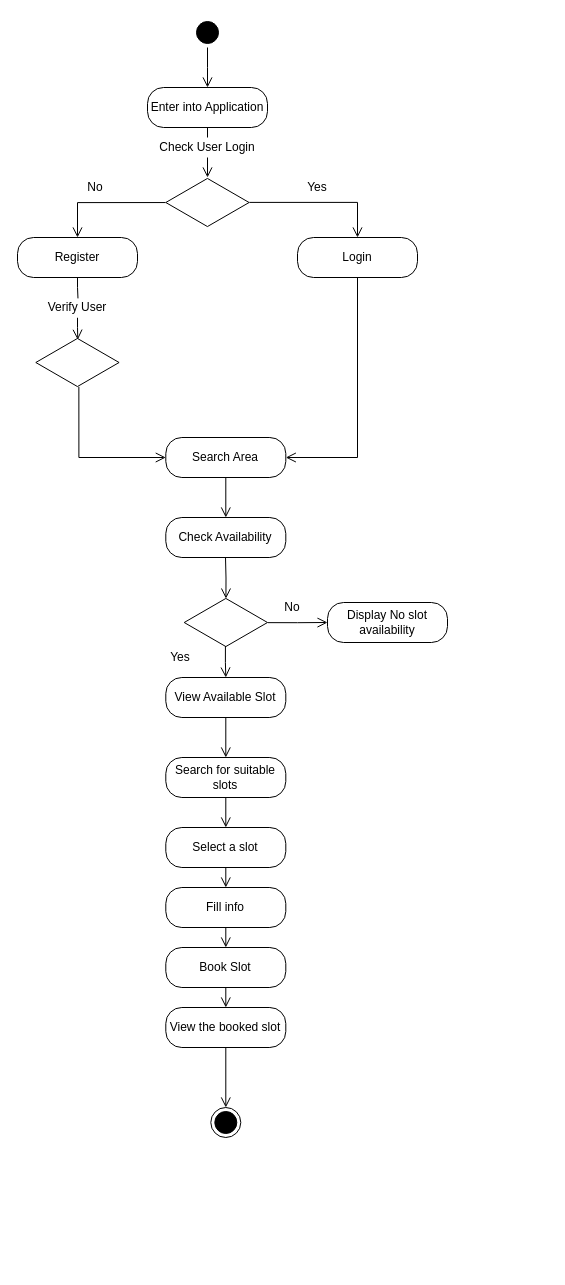
This is User_Activity_Diagram.drawio from dhavanikgithub/Capstone-Project1, a draw.io file, before an edit. Source tidied: cells renumbered, new cells numbered last; positions are measured from the earlier drawing's top-left corner, leaving out a move shared by most shapes. Both pictures are drawn from the tidied source at 100%, with x=0, y=0 at pixel (17, 17).
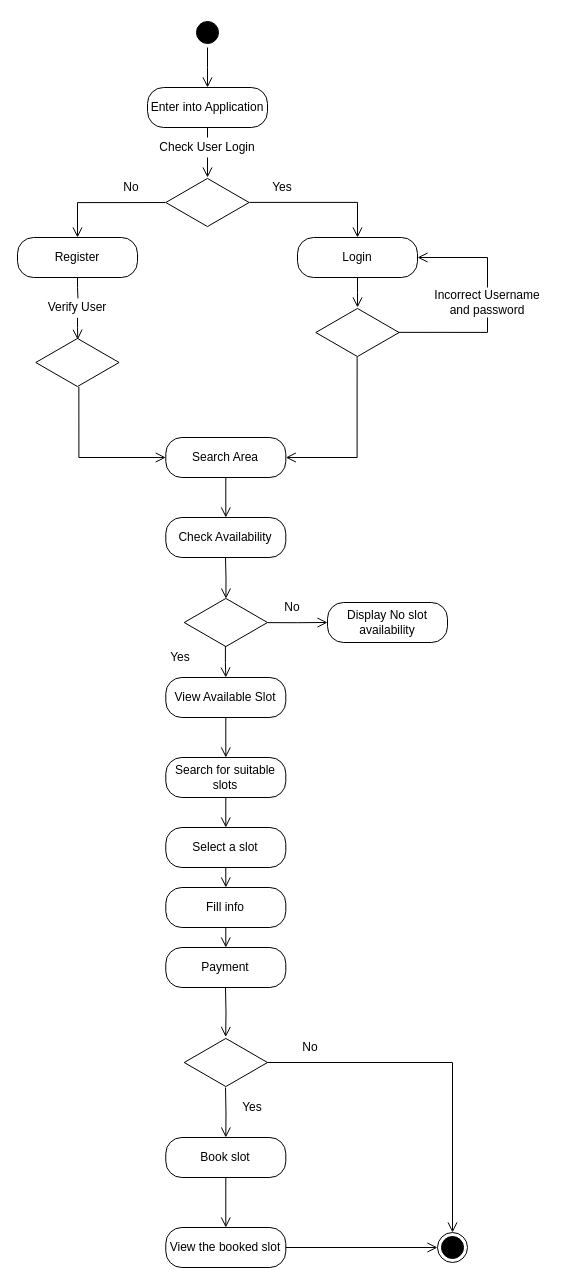
The same diagram, later.

The change refers to these unchanged cells:
```xml
<mxCell id="9" value="Login" style="rounded=1;whiteSpace=wrap;html=1;arcSize=40;" parent="1" vertex="1">
  <mxGeometry x="280" y="220" width="120" height="40" as="geometry" />
</mxCell>
<mxCell id="18" value="Search Area" style="rounded=1;whiteSpace=wrap;html=1;arcSize=40;" parent="1" vertex="1">
  <mxGeometry x="148.3" y="420" width="120" height="40" as="geometry" />
</mxCell>
```

Diff of the diagram source:
```diff
@@
+    <mxCell id="43" style="edgeStyle=orthogonalEdgeStyle;html=1;verticalAlign=bottom;endArrow=open;endSize=8;strokeColor=#000000;rounded=0;entryX=1;entryY=0.5;entryDx=0;entryDy=0;exitX=0.998;exitY=0.497;exitDx=0;exitDy=0;exitPerimeter=0;" parent="1" edge="1" source="45" target="9">
+      <mxGeometry relative="1" as="geometry">
+        <Array as="points">
+          <mxPoint x="470" y="315" />
+          <mxPoint x="470" y="240" />
+        </Array>
+      </mxGeometry>
+    </mxCell>
@@
     <mxCell id="16" value="Yes" style="rounded=0;whiteSpace=wrap;html=1;fontColor=#000000;fillColor=#FFFFFF;strokeColor=none;" parent="1" vertex="1">
-      <mxGeometry x="240" y="160" width="120" height="20" as="geometry" />
+      <mxGeometry x="240" y="160" width="50" height="20" as="geometry" />
     </mxCell>
     <mxCell id="17" value="No" style="rounded=0;whiteSpace=wrap;html=1;fontColor=#000000;fillColor=#FFFFFF;strokeColor=none;" parent="1" vertex="1">
-      <mxGeometry x="18.3" y="160" width="120" height="20" as="geometry" />
+      <mxGeometry x="90" y="160" width="48.3" height="20" as="geometry" />
     </mxCell>
@@
-    <mxCell id="20" style="edgeStyle=orthogonalEdgeStyle;html=1;verticalAlign=bottom;endArrow=open;endSize=8;strokeColor=#000000;rounded=0;entryX=1;entryY=0.5;entryDx=0;entryDy=0;exitX=0.5;exitY=1;exitDx=0;exitDy=0;" parent="1" edge="1" source="9" target="18">
+    <mxCell id="20" style="edgeStyle=orthogonalEdgeStyle;html=1;verticalAlign=bottom;endArrow=open;endSize=8;strokeColor=#000000;rounded=0;entryX=1;entryY=0.5;entryDx=0;entryDy=0;exitX=0.496;exitY=0.99;exitDx=0;exitDy=0;exitPerimeter=0;" parent="1" edge="1" source="45" target="18">
       <mxGeometry relative="1" as="geometry" />
     </mxCell>
@@
-    <mxCell id="35" value="Book Slot" style="rounded=1;whiteSpace=wrap;html=1;arcSize=40;" parent="1" vertex="1">
+    <mxCell id="35" value="Payment" style="rounded=1;whiteSpace=wrap;html=1;arcSize=40;" parent="1" vertex="1">
       <mxGeometry x="148.3" y="930" width="120" height="40" as="geometry" />
     </mxCell>
-    <mxCell id="36" value="View the booked slot" style="rounded=1;whiteSpace=wrap;html=1;arcSize=40;" parent="1" vertex="1">
-      <mxGeometry x="148.3" y="990" width="120" height="40" as="geometry" />
+    <mxCell id="36" value="Book slot" style="rounded=1;whiteSpace=wrap;html=1;arcSize=40;" parent="1" vertex="1">
+      <mxGeometry x="148.3" y="1120" width="120" height="40" as="geometry" />
     </mxCell>
@@
-    <mxCell id="40" style="edgeStyle=orthogonalEdgeStyle;html=1;verticalAlign=bottom;endArrow=open;endSize=8;strokeColor=#000000;rounded=0;entryX=0.5;entryY=0;entryDx=0;entryDy=0;exitX=0.5;exitY=1;exitDx=0;exitDy=0;" parent="1" edge="1" source="35" target="36">
-      <mxGeometry relative="1" as="geometry" />
-    </mxCell>
-    <mxCell id="41" style="ellipse;html=1;shape=endState;fillColor=#000000;" parent="1" vertex="1">
-      <mxGeometry x="193.3" y="1090" width="30" height="30" as="geometry" />
-    </mxCell>
-    <mxCell id="42" style="edgeStyle=orthogonalEdgeStyle;html=1;verticalAlign=bottom;endArrow=open;endSize=8;strokeColor=#000000;rounded=0;entryX=0.5;entryY=0;entryDx=0;entryDy=0;exitX=0.5;exitY=1;exitDx=0;exitDy=0;" parent="1" edge="1" source="36" target="41">
+    <mxCell id="42" style="edgeStyle=orthogonalEdgeStyle;html=1;verticalAlign=bottom;endArrow=open;endSize=8;strokeColor=#000000;rounded=0;exitX=0.5;exitY=1;exitDx=0;exitDy=0;entryX=0.5;entryY=0;entryDx=0;entryDy=0;" parent="1" edge="1" source="36" target="47">
       <mxGeometry relative="1" as="geometry" />
     </mxCell>
+    <mxCell id="44" value="Incorrect Username and password" style="whiteSpace=wrap;html=1;strokeColor=none;fillColor=#FFFFFF;" parent="1" vertex="1">
+      <mxGeometry x="410" y="270" width="120" height="30" as="geometry" />
+    </mxCell>
+    <mxCell id="45" style="html=1;whiteSpace=wrap;shape=isoRectangle;" parent="1" vertex="1">
+      <mxGeometry x="298.3" y="290" width="83.3" height="50" as="geometry" />
+    </mxCell>
+    <mxCell id="46" style="edgeStyle=orthogonalEdgeStyle;html=1;verticalAlign=bottom;endArrow=open;endSize=8;strokeColor=#000000;rounded=0;exitX=0.5;exitY=1;exitDx=0;exitDy=0;" parent="1" edge="1" source="9">
+      <mxGeometry relative="1" as="geometry">
+        <mxPoint x="340" y="290" as="targetPoint" />
+      </mxGeometry>
+    </mxCell>
+    <mxCell id="47" value="View the booked slot" style="rounded=1;whiteSpace=wrap;html=1;arcSize=40;" parent="1" vertex="1">
+      <mxGeometry x="148.3" y="1210" width="120" height="40" as="geometry" />
+    </mxCell>
+    <mxCell id="48" style="html=1;whiteSpace=wrap;shape=isoRectangle;" parent="1" vertex="1">
+      <mxGeometry x="166.7" y="1020" width="83.3" height="50" as="geometry" />
+    </mxCell>
+    <mxCell id="49" style="edgeStyle=orthogonalEdgeStyle;html=1;verticalAlign=bottom;endArrow=open;endSize=8;strokeColor=#000000;rounded=0;entryX=0.498;entryY=-0.01;entryDx=0;entryDy=0;entryPerimeter=0;" parent="1" edge="1" target="48">
+      <mxGeometry relative="1" as="geometry">
+        <mxPoint x="208" y="970" as="sourcePoint" />
+      </mxGeometry>
+    </mxCell>
+    <mxCell id="50" style="edgeStyle=orthogonalEdgeStyle;html=1;verticalAlign=bottom;endArrow=open;endSize=8;strokeColor=#000000;rounded=0;entryX=0.5;entryY=0;entryDx=0;entryDy=0;" parent="1" edge="1" target="36">
+      <mxGeometry relative="1" as="geometry">
+        <mxPoint x="208" y="1070" as="sourcePoint" />
+      </mxGeometry>
+    </mxCell>
+    <mxCell id="51" value="Yes" style="rounded=0;whiteSpace=wrap;html=1;fontColor=#000000;fillColor=#FFFFFF;strokeColor=none;" parent="1" vertex="1">
+      <mxGeometry x="210" y="1080" width="50" height="20" as="geometry" />
+    </mxCell>
+    <mxCell id="52" value="No" style="rounded=0;whiteSpace=wrap;html=1;fontColor=#000000;fillColor=#FFFFFF;strokeColor=none;" parent="1" vertex="1">
+      <mxGeometry x="268.3" y="1020" width="50" height="20" as="geometry" />
+    </mxCell>
+    <mxCell id="53" style="ellipse;html=1;shape=endState;fillColor=#000000;strokeColor=#000000;fontColor=#000000;" parent="1" vertex="1">
+      <mxGeometry x="420" y="1215" width="30" height="30" as="geometry" />
+    </mxCell>
+    <mxCell id="54" style="edgeStyle=orthogonalEdgeStyle;html=1;verticalAlign=bottom;endArrow=open;endSize=8;strokeColor=#000000;rounded=0;exitX=1;exitY=0.5;exitDx=0;exitDy=0;entryX=0;entryY=0.5;entryDx=0;entryDy=0;" parent="1" edge="1" source="47" target="53">
+      <mxGeometry relative="1" as="geometry" />
+    </mxCell>
+    <mxCell id="55" style="edgeStyle=orthogonalEdgeStyle;html=1;verticalAlign=bottom;endArrow=open;endSize=8;strokeColor=#000000;rounded=0;entryX=0.5;entryY=0;entryDx=0;entryDy=0;" parent="1" edge="1" source="48" target="53">
+      <mxGeometry relative="1" as="geometry" />
+    </mxCell>
```
